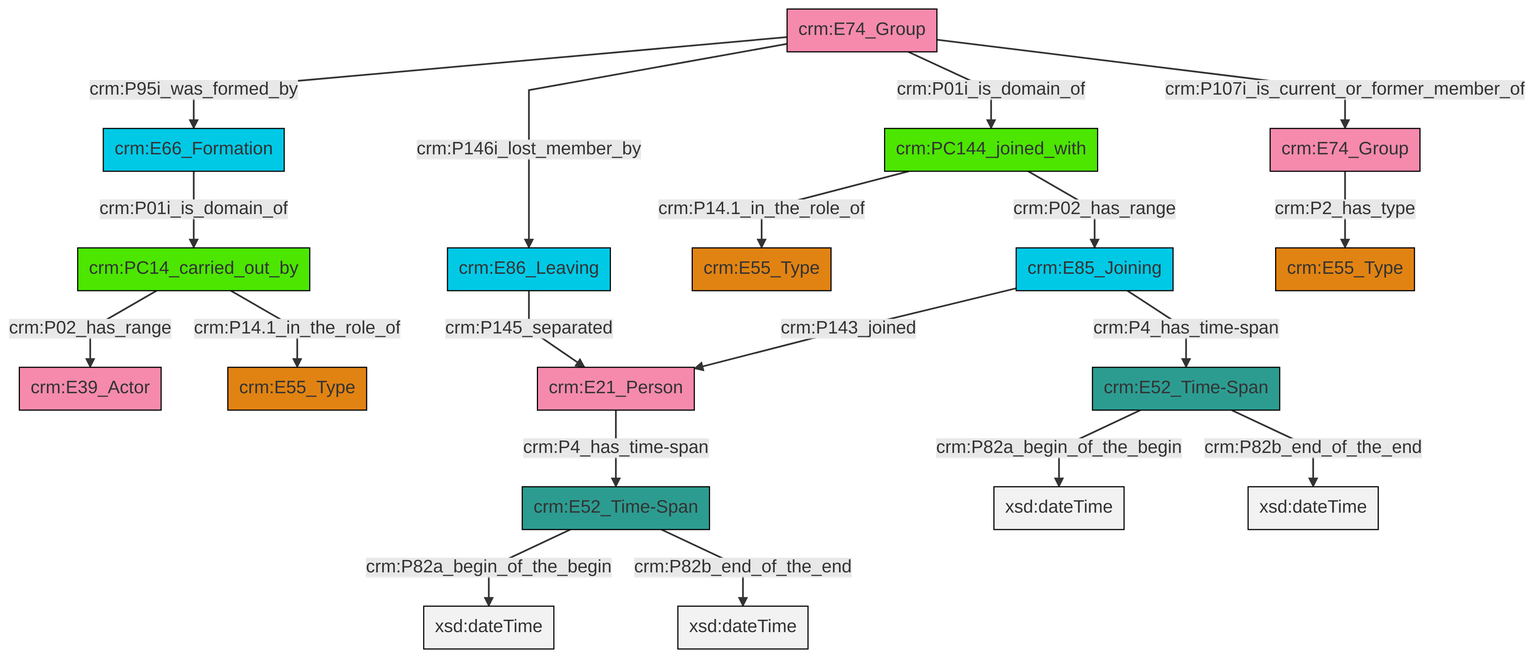
Before: et/groupCSV/ttl/mmd/png/group_actor_relations.png, a diagram exported from Mermaid (swiss-art-research-net/docs.swissartresearch). Its source is kept beside it as et/groupCSV/ttl/mmd/group_actor_relations.ttl.mmd.
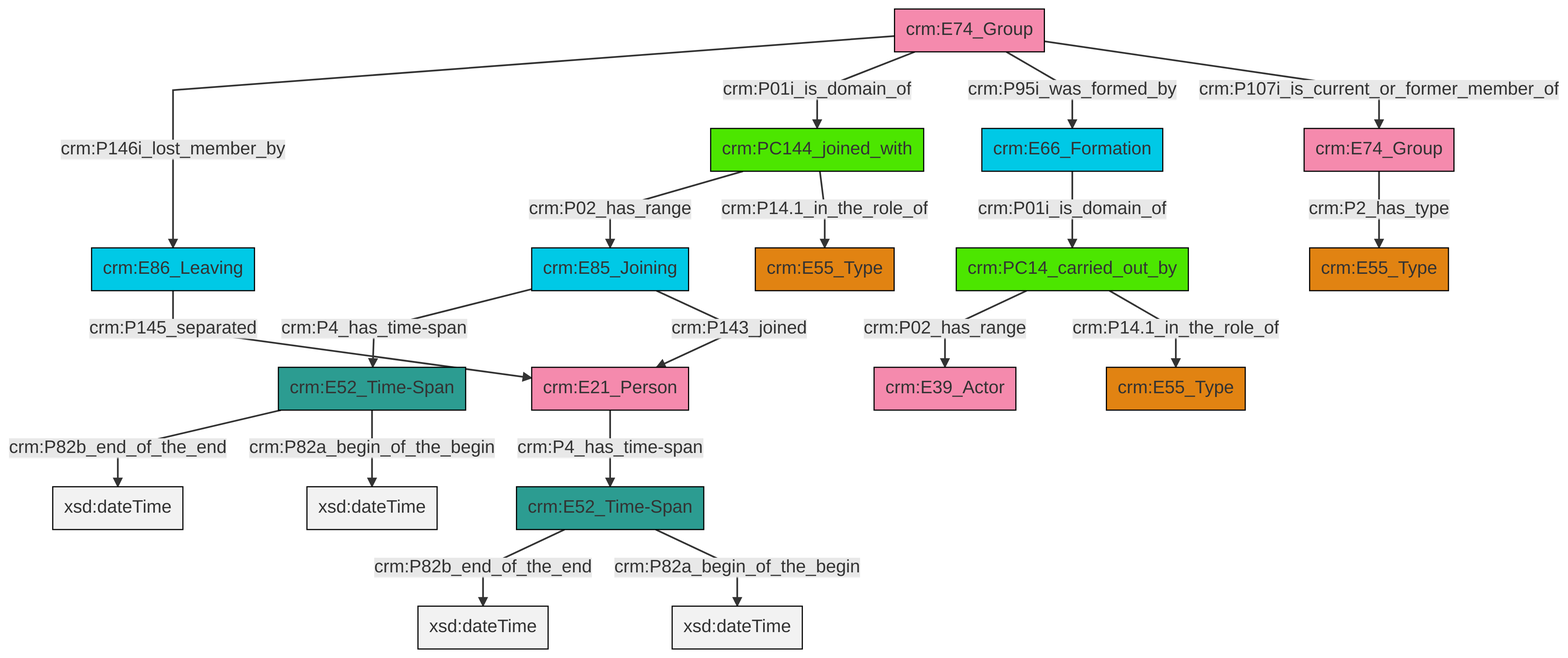
After the change.

The edit, as a diff of the source:
```diff
@@ -13,21 +13,21 @@
 classDef PC_Classes fill:#4ce600, stroke:#000000;
 classDef Multi fill:#cccccc,stroke:#000000;
 
-2["crm:E52_Time-Span"]:::Time-Span -->|crm:P82a_begin_of_the_begin| 3[xsd:dateTime]:::Literal
-6["crm:PC14_carried_out_by"]:::PC_Classes -->|crm:P14.1_in_the_role_of| 7["crm:E55_Type"]:::Type
-8["crm:E52_Time-Span"]:::Time-Span -->|crm:P82a_begin_of_the_begin| 9[xsd:dateTime]:::Literal
-10["crm:E74_Group"]:::Actor -->|crm:P146i_lost_member_by| 11["crm:E86_Leaving"]:::Temporal_Entity
-14["crm:E21_Person"]:::Actor -->|crm:P4_has_time-span| 2["crm:E52_Time-Span"]:::Time-Span
-15["crm:E85_Joining"]:::Temporal_Entity -->|crm:P4_has_time-span| 8["crm:E52_Time-Span"]:::Time-Span
+0["crm:E52_Time-Span"]:::Time-Span -->|crm:P82b_end_of_the_end| 1[xsd:dateTime]:::Literal
+2["crm:E74_Group"]:::Actor -->|crm:P146i_lost_member_by| 3["crm:E86_Leaving"]:::Temporal_Entity
+6["crm:PC14_carried_out_by"]:::PC_Classes -->|crm:P02_has_range| 7["crm:E39_Actor"]:::Actor
+8["crm:E52_Time-Span"]:::Time-Span -->|crm:P82b_end_of_the_end| 9[xsd:dateTime]:::Literal
+2["crm:E74_Group"]:::Actor -->|crm:P01i_is_domain_of| 10["crm:PC144_joined_with"]:::PC_Classes
+17["crm:E21_Person"]:::Actor -->|crm:P4_has_time-span| 0["crm:E52_Time-Span"]:::Time-Span
 4["crm:E66_Formation"]:::Temporal_Entity -->|crm:P01i_is_domain_of| 6["crm:PC14_carried_out_by"]:::PC_Classes
-24["crm:PC144_joined_with"]:::PC_Classes -->|crm:P14.1_in_the_role_of| 12["crm:E55_Type"]:::Type
-24["crm:PC144_joined_with"]:::PC_Classes -->|crm:P02_has_range| 15["crm:E85_Joining"]:::Temporal_Entity
-10["crm:E74_Group"]:::Actor -->|crm:P01i_is_domain_of| 24["crm:PC144_joined_with"]:::PC_Classes
-10["crm:E74_Group"]:::Actor -->|crm:P95i_was_formed_by| 4["crm:E66_Formation"]:::Temporal_Entity
-17["crm:E74_Group"]:::Actor -->|crm:P2_has_type| 21["crm:E55_Type"]:::Type
-2["crm:E52_Time-Span"]:::Time-Span -->|crm:P82b_end_of_the_end| 25[xsd:dateTime]:::Literal
-11["crm:E86_Leaving"]:::Temporal_Entity -->|crm:P145_separated| 14["crm:E21_Person"]:::Actor
-10["crm:E74_Group"]:::Actor -->|crm:P107i_is_current_or_former_member_of| 17["crm:E74_Group"]:::Actor
-6["crm:PC14_carried_out_by"]:::PC_Classes -->|crm:P02_has_range| 0["crm:E39_Actor"]:::Actor
-15["crm:E85_Joining"]:::Temporal_Entity -->|crm:P143_joined| 14["crm:E21_Person"]:::Actor
-8["crm:E52_Time-Span"]:::Time-Span -->|crm:P82b_end_of_the_end| 33[xsd:dateTime]:::Literal
+2["crm:E74_Group"]:::Actor -->|crm:P95i_was_formed_by| 4["crm:E66_Formation"]:::Temporal_Entity
+6["crm:PC14_carried_out_by"]:::PC_Classes -->|crm:P14.1_in_the_role_of| 11["crm:E55_Type"]:::Type
+0["crm:E52_Time-Span"]:::Time-Span -->|crm:P82a_begin_of_the_begin| 24[xsd:dateTime]:::Literal
+10["crm:PC144_joined_with"]:::PC_Classes -->|crm:P02_has_range| 25["crm:E85_Joining"]:::Temporal_Entity
+10["crm:PC144_joined_with"]:::PC_Classes -->|crm:P14.1_in_the_role_of| 15["crm:E55_Type"]:::Type
+25["crm:E85_Joining"]:::Temporal_Entity -->|crm:P4_has_time-span| 8["crm:E52_Time-Span"]:::Time-Span
+25["crm:E85_Joining"]:::Temporal_Entity -->|crm:P143_joined| 17["crm:E21_Person"]:::Actor
+2["crm:E74_Group"]:::Actor -->|crm:P107i_is_current_or_former_member_of| 29["crm:E74_Group"]:::Actor
+8["crm:E52_Time-Span"]:::Time-Span -->|crm:P82a_begin_of_the_begin| 32[xsd:dateTime]:::Literal
+3["crm:E86_Leaving"]:::Temporal_Entity -->|crm:P145_separated| 17["crm:E21_Person"]:::Actor
+29["crm:E74_Group"]:::Actor -->|crm:P2_has_type| 22["crm:E55_Type"]:::Type
```
